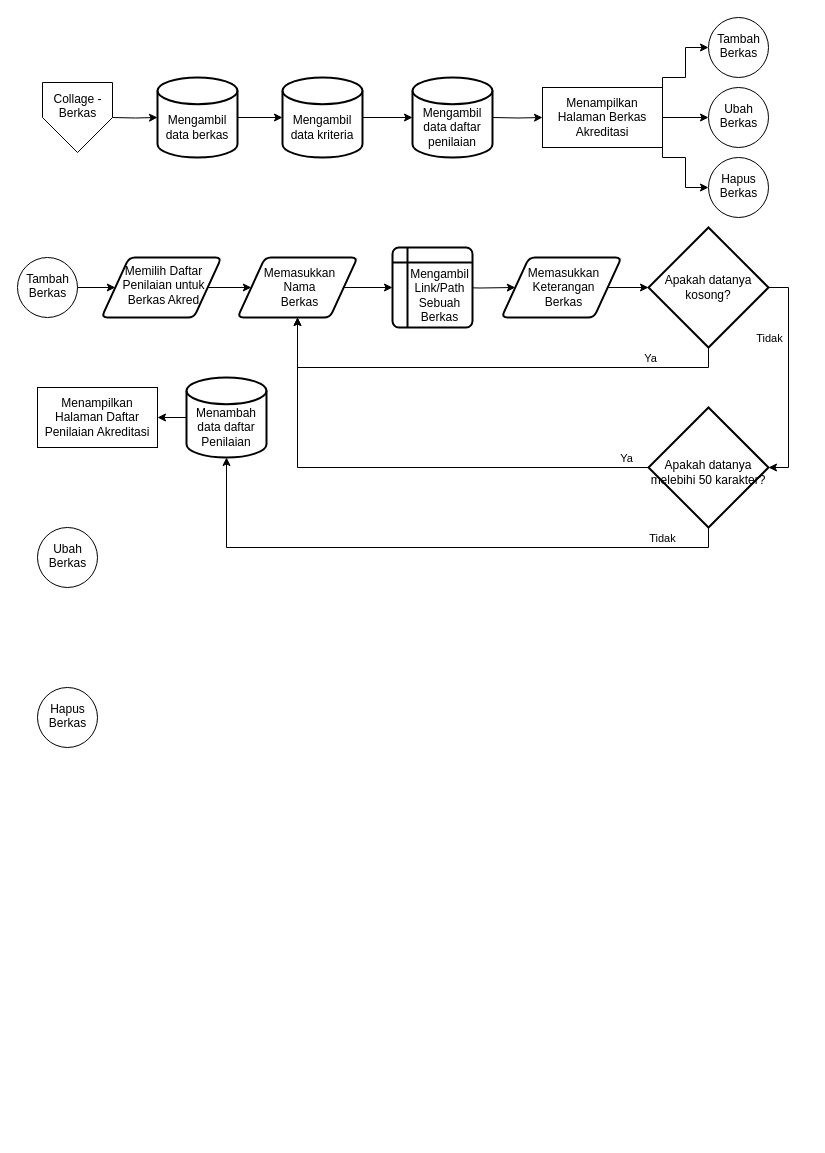
This is page "Collage - Akreditasi - Berkas" (7 of 7) of FilemanagerLPMI.drawio from muhfajarm/laravel-file-manager, a draw.io file, before an edit. Source tidied: cells renumbered, new cells numbered last; positions are measured from the earlier drawing's top-left corner, leaving out a move shared by most shapes. Both pictures are drawn from the tidied source at 100%, with x=0, y=0 at pixel (17, 17).
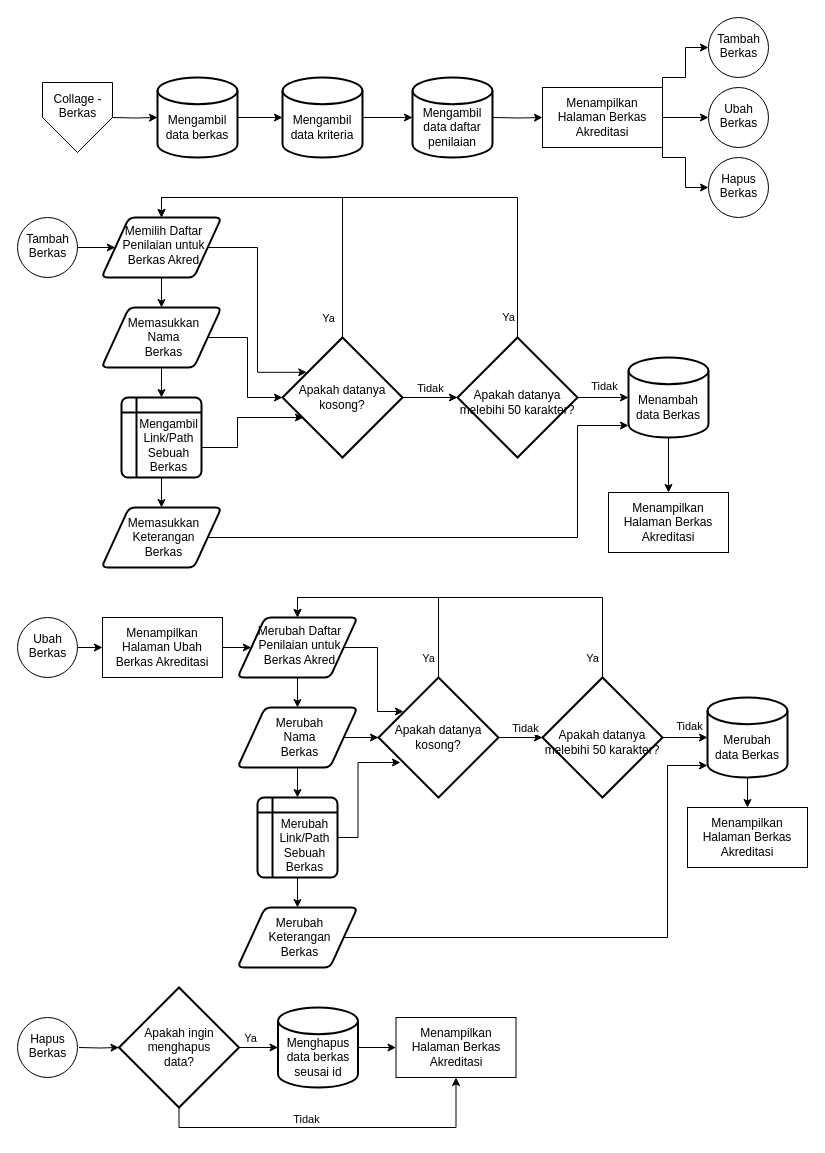
After the change.

Commit message (it also covers changes not shown here):
Menambahkan Ubah dan Hapus Berkas

What changed in the source:
```diff
@@
     <mxCell id="17" value="&lt;div&gt;Tambah&lt;/div&gt;&lt;div&gt;Berkas&lt;br&gt;&lt;/div&gt;" style="verticalLabelPosition=bottom;verticalAlign=top;html=1;shape=mxgraph.flowchart.on-page_reference;rounded=0;spacing=-50;" parent="1" vertex="1">
-      <mxGeometry y="240" width="60" height="60" as="geometry" />
+      <mxGeometry y="200" width="60" height="60" as="geometry" />
     </mxCell>
+    <mxCell id="42" style="edgeStyle=orthogonalEdgeStyle;rounded=0;jettySize=auto;html=1;" parent="1" edge="1" source="18">
+      <mxGeometry relative="1" as="geometry">
+        <mxPoint x="85" y="630" as="targetPoint" />
+      </mxGeometry>
+    </mxCell>
     <mxCell id="18" value="&lt;div&gt;Ubah&lt;/div&gt;&lt;div&gt;Berkas&lt;br&gt;&lt;/div&gt;" style="verticalLabelPosition=bottom;verticalAlign=top;html=1;shape=mxgraph.flowchart.on-page_reference;rounded=0;spacing=-50;" parent="1" vertex="1">
-      <mxGeometry x="20" y="510" width="60" height="60" as="geometry" />
+      <mxGeometry y="600" width="60" height="60" as="geometry" />
     </mxCell>
     <mxCell id="19" value="&lt;div&gt;Hapus&lt;/div&gt;&lt;div&gt;Berkas&lt;br&gt;&lt;/div&gt;" style="verticalLabelPosition=bottom;verticalAlign=top;html=1;shape=mxgraph.flowchart.on-page_reference;rounded=0;spacing=-50;" parent="1" vertex="1">
-      <mxGeometry x="20" y="670" width="60" height="60" as="geometry" />
+      <mxGeometry y="1000" width="60" height="60" as="geometry" />
     </mxCell>
@@
-    <mxCell id="21" style="edgeStyle=orthogonalEdgeStyle;rounded=0;jettySize=auto;html=1;exitX=1;exitY=0.5;exitDx=0;exitDy=0;" parent="1" edge="1" source="40" target="29">
-      <mxGeometry relative="1" as="geometry" />
-    </mxCell>
-    <mxCell id="22" style="edgeStyle=orthogonalEdgeStyle;rounded=0;jettySize=auto;html=1;" parent="1" edge="1" target="40">
-      <mxGeometry relative="1" as="geometry">
-        <mxPoint x="440" y="270" as="sourcePoint" />
-      </mxGeometry>
+    <mxCell id="22" style="edgeStyle=orthogonalEdgeStyle;rounded=0;jettySize=auto;html=1;exitX=0.5;exitY=1;exitDx=0;exitDy=0;" parent="1" edge="1" source="41" target="40">
+      <mxGeometry relative="1" as="geometry" />
     </mxCell>
@@
+    <mxCell id="43" style="edgeStyle=orthogonalEdgeStyle;rounded=0;jettySize=auto;html=1;exitX=1;exitY=0.5;exitDx=0;exitDy=0;" parent="1" edge="1" source="24" target="29">
+      <mxGeometry relative="1" as="geometry">
+        <Array as="points">
+          <mxPoint x="230" y="320" />
+          <mxPoint x="230" y="380" />
+        </Array>
+      </mxGeometry>
+    </mxCell>
     <mxCell id="24" value="&lt;div&gt;Memasukkan&lt;/div&gt;&lt;div&gt;Nama&lt;/div&gt;&lt;div&gt;Berkas&lt;/div&gt;" style="shape=parallelogram;html=1;strokeWidth=2;perimeter=parallelogramPerimeter;whiteSpace=wrap;rounded=1;arcSize=12;size=0.23;align=center;spacingLeft=5;" parent="1" vertex="1">
-      <mxGeometry x="220" y="240" width="120" height="60" as="geometry" />
+      <mxGeometry x="84" y="290" width="120" height="60" as="geometry" />
     </mxCell>
-    <mxCell id="25" style="edgeStyle=orthogonalEdgeStyle;rounded=0;jettySize=auto;html=1;entryX=1;entryY=0.5;entryDx=0;entryDy=0;entryPerimeter=0;exitX=1;exitY=0.5;exitDx=0;exitDy=0;exitPerimeter=0;" parent="1" edge="1" source="29" target="37">
+    <mxCell id="25" style="edgeStyle=orthogonalEdgeStyle;rounded=0;jettySize=auto;html=1;entryX=0;entryY=0.5;entryDx=0;entryDy=0;entryPerimeter=0;exitX=1;exitY=0.5;exitDx=0;exitDy=0;exitPerimeter=0;" parent="1" edge="1" source="29" target="37">
       <mxGeometry relative="1" as="geometry" />
     </mxCell>
     <mxCell id="26" value="Tidak" style="edgeLabel;html=1;align=center;verticalAlign=middle;" parent="25" vertex="1">
       <mxGeometry x="-0.82" relative="1" as="geometry">
-        <mxPoint x="-20" y="50" as="offset" />
+        <mxPoint x="22" y="-10" as="offset" />
       </mxGeometry>
     </mxCell>
-    <mxCell id="27" style="edgeStyle=orthogonalEdgeStyle;rounded=0;jettySize=auto;html=1;exitX=0.5;exitY=1;exitDx=0;exitDy=0;exitPerimeter=0;entryX=0.5;entryY=1;entryDx=0;entryDy=0;" parent="1" edge="1" source="29" target="24">
-      <mxGeometry relative="1" as="geometry" />
-    </mxCell>
-    <mxCell id="28" value="Ya" style="edgeLabel;html=1;align=center;verticalAlign=middle;" parent="27" vertex="1">
-      <mxGeometry x="-0.3" relative="1" as="geometry">
-        <mxPoint x="89" y="-10" as="offset" />
-      </mxGeometry>
-    </mxCell>
+    <mxCell id="44" style="edgeStyle=orthogonalEdgeStyle;rounded=0;jettySize=auto;html=1;exitX=0.5;exitY=0;exitDx=0;exitDy=0;exitPerimeter=0;entryX=0.5;entryY=0;entryDx=0;entryDy=0;" parent="1" edge="1" source="29" target="39">
+      <mxGeometry relative="1" as="geometry" />
+    </mxCell>
+    <mxCell id="45" value="Ya" style="edgeLabel;html=1;align=center;verticalAlign=middle;" parent="44" vertex="1">
+      <mxGeometry x="-0.76" y="4" relative="1" as="geometry">
+        <mxPoint x="-11" y="21" as="offset" />
+      </mxGeometry>
+    </mxCell>
     <mxCell id="29" value="&lt;div&gt;Apakah datanya&lt;/div&gt;&lt;div&gt;kosong?&lt;br&gt;&lt;/div&gt;" style="strokeWidth=2;html=1;shape=mxgraph.flowchart.decision;whiteSpace=wrap;" parent="1" vertex="1">
-      <mxGeometry x="631" y="210" width="120" height="120" as="geometry" />
+      <mxGeometry x="265" y="320" width="120" height="120" as="geometry" />
     </mxCell>
@@
-    <mxCell id="31" value="&lt;div&gt;Menambah&lt;/div&gt;&lt;div&gt;data daftar&lt;/div&gt;&lt;div&gt;Penilaian&lt;br&gt;&lt;/div&gt;" style="strokeWidth=2;html=1;shape=mxgraph.flowchart.database;whiteSpace=wrap;rounded=0;spacingTop=20;" parent="1" vertex="1">
-      <mxGeometry x="169" y="360" width="80" height="80" as="geometry" />
+    <mxCell id="31" value="&lt;div&gt;Menambah&lt;/div&gt;&lt;div&gt;data Berkas&lt;/div&gt;" style="strokeWidth=2;html=1;shape=mxgraph.flowchart.database;whiteSpace=wrap;rounded=0;spacingTop=20;" parent="1" vertex="1">
+      <mxGeometry x="611" y="340" width="80" height="80" as="geometry" />
     </mxCell>
-    <mxCell id="32" value="Menampilkan Halaman Daftar Penilaian Akreditasi" style="rounded=0;whiteSpace=wrap;html=1;" parent="1" vertex="1">
-      <mxGeometry x="20" y="370" width="120" height="60" as="geometry" />
+    <mxCell id="32" value="Menampilkan Halaman Berkas Akreditasi" style="rounded=0;whiteSpace=wrap;html=1;" parent="1" vertex="1">
+      <mxGeometry x="591" y="475" width="120" height="60" as="geometry" />
     </mxCell>
-    <mxCell id="33" style="edgeStyle=orthogonalEdgeStyle;rounded=0;jettySize=auto;html=1;exitX=0.5;exitY=1;exitDx=0;exitDy=0;exitPerimeter=0;entryX=0.5;entryY=1;entryDx=0;entryDy=0;entryPerimeter=0;" parent="1" edge="1" source="37" target="31">
+    <mxCell id="33" style="edgeStyle=orthogonalEdgeStyle;rounded=0;jettySize=auto;html=1;entryX=0;entryY=0.5;entryDx=0;entryDy=0;entryPerimeter=0;exitX=1;exitY=0.5;exitDx=0;exitDy=0;exitPerimeter=0;" parent="1" edge="1" source="37" target="31">
       <mxGeometry relative="1" as="geometry" />
     </mxCell>
@@
-    <mxCell id="35" style="edgeStyle=orthogonalEdgeStyle;rounded=0;jettySize=auto;html=1;exitX=0;exitY=0.5;exitDx=0;exitDy=0;exitPerimeter=0;entryX=0.5;entryY=1;entryDx=0;entryDy=0;" parent="1" edge="1" source="37" target="24">
-      <mxGeometry relative="1" as="geometry" />
-    </mxCell>
-    <mxCell id="36" value="Ya" style="edgeLabel;html=1;align=center;verticalAlign=middle;" parent="35" vertex="1">
-      <mxGeometry x="-0.63" y="-4" relative="1" as="geometry">
-        <mxPoint x="70" y="-6" as="offset" />
-      </mxGeometry>
-    </mxCell>
+    <mxCell id="46" style="edgeStyle=orthogonalEdgeStyle;rounded=0;jettySize=auto;html=1;exitX=0.5;exitY=0;exitDx=0;exitDy=0;exitPerimeter=0;entryX=0.5;entryY=0;entryDx=0;entryDy=0;" parent="1" edge="1" source="37" target="39">
+      <mxGeometry relative="1" as="geometry" />
+    </mxCell>
+    <mxCell id="47" value="Ya" style="edgeLabel;html=1;align=center;verticalAlign=middle;" parent="46" vertex="1">
+      <mxGeometry x="-0.89" y="2" relative="1" as="geometry">
+        <mxPoint x="-8" y="7" as="offset" />
+      </mxGeometry>
+    </mxCell>
     <mxCell id="37" value="&lt;div&gt;Apakah datanya&lt;/div&gt;&lt;div&gt;melebihi 50 karakter?&lt;br&gt;&lt;/div&gt;" style="strokeWidth=2;html=1;shape=mxgraph.flowchart.decision;whiteSpace=wrap;spacingTop=10;" parent="1" vertex="1">
-      <mxGeometry x="631" y="390" width="120" height="120" as="geometry" />
+      <mxGeometry x="440" y="320" width="120" height="120" as="geometry" />
     </mxCell>
@@
+    <mxCell id="48" style="edgeStyle=orthogonalEdgeStyle;rounded=0;jettySize=auto;html=1;exitX=1;exitY=0.5;exitDx=0;exitDy=0;entryX=0.202;entryY=0.29;entryDx=0;entryDy=0;entryPerimeter=0;" parent="1" edge="1" source="39" target="29">
+      <mxGeometry relative="1" as="geometry">
+        <Array as="points">
+          <mxPoint x="240" y="230" />
+          <mxPoint x="240" y="355" />
+        </Array>
+      </mxGeometry>
+    </mxCell>
     <mxCell id="39" value="&lt;div&gt;Memilih Daftar&lt;/div&gt;&lt;div&gt;Penilaian untuk&lt;br&gt;&lt;/div&gt;Berkas Akred" style="shape=parallelogram;html=1;strokeWidth=2;perimeter=parallelogramPerimeter;whiteSpace=wrap;rounded=1;arcSize=12;size=0.23;align=center;spacingLeft=5;verticalAlign=top;fontStyle=0;" parent="1" vertex="1">
-      <mxGeometry x="84" y="240" width="120" height="60" as="geometry" />
+      <mxGeometry x="84" y="200" width="120" height="60" as="geometry" />
     </mxCell>
+    <mxCell id="49" style="edgeStyle=orthogonalEdgeStyle;rounded=0;jettySize=auto;html=1;exitX=1;exitY=0.5;exitDx=0;exitDy=0;entryX=0;entryY=0.85;entryDx=0;entryDy=0;entryPerimeter=0;" parent="1" edge="1" source="40" target="31">
+      <mxGeometry relative="1" as="geometry">
+        <Array as="points">
+          <mxPoint x="560" y="520" />
+          <mxPoint x="560" y="408" />
+        </Array>
+      </mxGeometry>
+    </mxCell>
     <mxCell id="40" value="&lt;div&gt;Memasukkan&lt;/div&gt;&lt;div&gt;Keterangan&lt;/div&gt;&lt;div&gt;Berkas&lt;br&gt;&lt;/div&gt;" style="shape=parallelogram;html=1;strokeWidth=2;perimeter=parallelogramPerimeter;whiteSpace=wrap;rounded=1;arcSize=12;size=0.23;align=center;spacingLeft=5;" parent="1" vertex="1">
-      <mxGeometry x="484" y="240" width="120" height="60" as="geometry" />
+      <mxGeometry x="84" y="490" width="120" height="60" as="geometry" />
     </mxCell>
+    <mxCell id="50" style="edgeStyle=orthogonalEdgeStyle;rounded=0;jettySize=auto;html=1;exitX=1;exitY=0.5;exitDx=0;exitDy=0;" parent="1" edge="1" source="41">
+      <mxGeometry relative="1" as="geometry">
+        <mxPoint x="286" y="400" as="targetPoint" />
+        <Array as="points">
+          <mxPoint x="184" y="430" />
+          <mxPoint x="220" y="430" />
+          <mxPoint x="220" y="400" />
+        </Array>
+      </mxGeometry>
+    </mxCell>
     <mxCell id="41" value="&lt;div&gt;Mengambil&lt;/div&gt;&lt;div&gt;Link/Path&lt;/div&gt;&lt;div&gt;Sebuah&lt;/div&gt;&lt;div&gt;Berkas&lt;br&gt;&lt;/div&gt;" style="shape=internalStorage;whiteSpace=wrap;html=1;dx=15;dy=15;rounded=1;arcSize=8;strokeWidth=2;spacingLeft=15;spacingTop=15;" parent="1" vertex="1">
-      <mxGeometry x="375" y="230" width="80" height="80" as="geometry" />
+      <mxGeometry x="104" y="380" width="80" height="80" as="geometry" />
     </mxCell>
+    <mxCell id="51" style="edgeStyle=orthogonalEdgeStyle;rounded=0;jettySize=auto;html=1;exitX=0.5;exitY=1;exitDx=0;exitDy=0;" parent="1" edge="1" source="61" target="59">
+      <mxGeometry relative="1" as="geometry" />
+    </mxCell>
+    <mxCell id="52" style="edgeStyle=orthogonalEdgeStyle;rounded=0;jettySize=auto;html=1;" parent="1" edge="1" source="54" target="61">
+      <mxGeometry relative="1" as="geometry" />
+    </mxCell>
+    <mxCell id="53" style="edgeStyle=orthogonalEdgeStyle;rounded=0;jettySize=auto;html=1;exitX=1;exitY=0.5;exitDx=0;exitDy=0;" parent="1" edge="1" source="54" target="68">
+      <mxGeometry relative="1" as="geometry" />
+    </mxCell>
+    <mxCell id="54" value="&lt;div&gt;Merubah&lt;/div&gt;&lt;div&gt;Nama&lt;/div&gt;&lt;div&gt;Berkas&lt;/div&gt;" style="shape=parallelogram;html=1;strokeWidth=2;perimeter=parallelogramPerimeter;whiteSpace=wrap;rounded=1;arcSize=12;size=0.23;align=center;spacingLeft=5;" parent="1" vertex="1">
+      <mxGeometry x="220" y="690" width="120" height="60" as="geometry" />
+    </mxCell>
+    <mxCell id="55" style="edgeStyle=orthogonalEdgeStyle;rounded=0;jettySize=auto;html=1;" parent="1" edge="1" source="57" target="54">
+      <mxGeometry relative="1" as="geometry" />
+    </mxCell>
+    <mxCell id="56" style="edgeStyle=orthogonalEdgeStyle;rounded=0;jettySize=auto;html=1;exitX=1;exitY=0.5;exitDx=0;exitDy=0;entryX=0.208;entryY=0.283;entryDx=0;entryDy=0;entryPerimeter=0;" parent="1" edge="1" source="57" target="68">
+      <mxGeometry relative="1" as="geometry">
+        <Array as="points">
+          <mxPoint x="360" y="630" />
+          <mxPoint x="360" y="694" />
+        </Array>
+      </mxGeometry>
+    </mxCell>
+    <mxCell id="57" value="&lt;div&gt;Merubah Daftar&lt;/div&gt;&lt;div&gt;Penilaian untuk&lt;br&gt;&lt;/div&gt;Berkas Akred" style="shape=parallelogram;html=1;strokeWidth=2;perimeter=parallelogramPerimeter;whiteSpace=wrap;rounded=1;arcSize=12;size=0.23;align=center;spacingLeft=5;verticalAlign=top;fontStyle=0;" parent="1" vertex="1">
+      <mxGeometry x="220" y="600" width="120" height="60" as="geometry" />
+    </mxCell>
+    <mxCell id="58" style="edgeStyle=orthogonalEdgeStyle;rounded=0;jettySize=auto;html=1;exitX=1;exitY=0.5;exitDx=0;exitDy=0;entryX=0;entryY=0.85;entryDx=0;entryDy=0;entryPerimeter=0;" parent="1" edge="1" source="59" target="70">
+      <mxGeometry relative="1" as="geometry">
+        <Array as="points">
+          <mxPoint x="650" y="920" />
+          <mxPoint x="650" y="748" />
+        </Array>
+      </mxGeometry>
+    </mxCell>
+    <mxCell id="59" value="&lt;div&gt;Merubah&lt;/div&gt;&lt;div&gt;Keterangan&lt;/div&gt;&lt;div&gt;Berkas&lt;br&gt;&lt;/div&gt;" style="shape=parallelogram;html=1;strokeWidth=2;perimeter=parallelogramPerimeter;whiteSpace=wrap;rounded=1;arcSize=12;size=0.23;align=center;spacingLeft=5;" parent="1" vertex="1">
+      <mxGeometry x="220" y="890" width="120" height="60" as="geometry" />
+    </mxCell>
+    <mxCell id="60" style="edgeStyle=orthogonalEdgeStyle;rounded=0;jettySize=auto;html=1;exitX=1;exitY=0.5;exitDx=0;exitDy=0;entryX=0.183;entryY=0.708;entryDx=0;entryDy=0;entryPerimeter=0;" parent="1" edge="1" source="61" target="68">
+      <mxGeometry relative="1" as="geometry" />
+    </mxCell>
+    <mxCell id="61" value="&lt;div&gt;Merubah&lt;/div&gt;&lt;div&gt;Link/Path&lt;/div&gt;&lt;div&gt;Sebuah&lt;/div&gt;&lt;div&gt;Berkas&lt;br&gt;&lt;/div&gt;" style="shape=internalStorage;whiteSpace=wrap;html=1;dx=15;dy=15;rounded=1;arcSize=8;strokeWidth=2;spacingLeft=15;spacingTop=15;" parent="1" vertex="1">
+      <mxGeometry x="240" y="780" width="80" height="80" as="geometry" />
+    </mxCell>
+    <mxCell id="62" style="edgeStyle=orthogonalEdgeStyle;rounded=0;jettySize=auto;html=1;" parent="1" edge="1" source="63" target="57">
+      <mxGeometry relative="1" as="geometry" />
+    </mxCell>
+    <mxCell id="63" value="Menampilkan Halaman Ubah Berkas Akreditasi" style="rounded=0;whiteSpace=wrap;html=1;" parent="1" vertex="1">
+      <mxGeometry x="85" y="600" width="120" height="60" as="geometry" />
+    </mxCell>
+    <mxCell id="64" style="edgeStyle=orthogonalEdgeStyle;rounded=0;jettySize=auto;html=1;entryX=0;entryY=0.5;entryDx=0;entryDy=0;entryPerimeter=0;exitX=1;exitY=0.5;exitDx=0;exitDy=0;exitPerimeter=0;" parent="1" edge="1" source="68" target="76">
+      <mxGeometry relative="1" as="geometry" />
+    </mxCell>
+    <mxCell id="65" value="Tidak" style="edgeLabel;html=1;align=center;verticalAlign=middle;" parent="64" vertex="1">
+      <mxGeometry x="-0.82" relative="1" as="geometry">
+        <mxPoint x="22" y="-10" as="offset" />
+      </mxGeometry>
+    </mxCell>
+    <mxCell id="66" style="edgeStyle=orthogonalEdgeStyle;rounded=0;jettySize=auto;html=1;exitX=0.5;exitY=0;exitDx=0;exitDy=0;exitPerimeter=0;entryX=0.5;entryY=0;entryDx=0;entryDy=0;" parent="1" edge="1" source="68" target="57">
+      <mxGeometry relative="1" as="geometry" />
+    </mxCell>
+    <mxCell id="67" value="Ya" style="edgeLabel;html=1;align=center;verticalAlign=middle;" parent="66" vertex="1">
+      <mxGeometry x="-0.78" y="-1" relative="1" as="geometry">
+        <mxPoint x="-12" y="7" as="offset" />
+      </mxGeometry>
+    </mxCell>
+    <mxCell id="68" value="&lt;div&gt;Apakah datanya&lt;/div&gt;&lt;div&gt;kosong?&lt;br&gt;&lt;/div&gt;" style="strokeWidth=2;html=1;shape=mxgraph.flowchart.decision;whiteSpace=wrap;" parent="1" vertex="1">
+      <mxGeometry x="361" y="660" width="120" height="120" as="geometry" />
+    </mxCell>
+    <mxCell id="69" style="edgeStyle=orthogonalEdgeStyle;rounded=0;jettySize=auto;html=1;" parent="1" edge="1" source="70" target="71">
+      <mxGeometry relative="1" as="geometry" />
+    </mxCell>
+    <mxCell id="70" value="&lt;div&gt;Merubah&lt;/div&gt;&lt;div&gt;data Berkas&lt;/div&gt;" style="strokeWidth=2;html=1;shape=mxgraph.flowchart.database;whiteSpace=wrap;rounded=0;spacingTop=20;" parent="1" vertex="1">
+      <mxGeometry x="690" y="680" width="80" height="80" as="geometry" />
+    </mxCell>
+    <mxCell id="71" value="Menampilkan Halaman Berkas Akreditasi" style="rounded=0;whiteSpace=wrap;html=1;" parent="1" vertex="1">
+      <mxGeometry x="670" y="790" width="120" height="60" as="geometry" />
+    </mxCell>
+    <mxCell id="72" style="edgeStyle=orthogonalEdgeStyle;rounded=0;jettySize=auto;html=1;entryX=0;entryY=0.5;entryDx=0;entryDy=0;entryPerimeter=0;exitX=1;exitY=0.5;exitDx=0;exitDy=0;exitPerimeter=0;" parent="1" edge="1" source="76" target="70">
+      <mxGeometry relative="1" as="geometry" />
+    </mxCell>
+    <mxCell id="73" value="Tidak" style="edgeLabel;html=1;align=center;verticalAlign=middle;" parent="72" vertex="1">
+      <mxGeometry x="-0.71" y="1" relative="1" as="geometry">
+        <mxPoint x="19" y="-11" as="offset" />
+      </mxGeometry>
+    </mxCell>
+    <mxCell id="74" style="edgeStyle=orthogonalEdgeStyle;rounded=0;jettySize=auto;html=1;exitX=0.5;exitY=0;exitDx=0;exitDy=0;exitPerimeter=0;entryX=0.5;entryY=0;entryDx=0;entryDy=0;" parent="1" edge="1" source="76" target="57">
+      <mxGeometry relative="1" as="geometry" />
+    </mxCell>
+    <mxCell id="75" value="Ya" style="edgeLabel;html=1;align=center;verticalAlign=middle;" parent="74" vertex="1">
+      <mxGeometry x="-0.9" y="3" relative="1" as="geometry">
+        <mxPoint x="-8" as="offset" />
+      </mxGeometry>
+    </mxCell>
+    <mxCell id="76" value="&lt;div&gt;Apakah datanya&lt;/div&gt;&lt;div&gt;melebihi 50 karakter?&lt;br&gt;&lt;/div&gt;" style="strokeWidth=2;html=1;shape=mxgraph.flowchart.decision;whiteSpace=wrap;spacingTop=10;" parent="1" vertex="1">
+      <mxGeometry x="525" y="660" width="120" height="120" as="geometry" />
+    </mxCell>
+    <mxCell id="77" style="edgeStyle=orthogonalEdgeStyle;rounded=0;jettySize=auto;html=1;" parent="1" edge="1" target="82">
+      <mxGeometry relative="1" as="geometry">
+        <mxPoint x="61.5" y="1030" as="sourcePoint" />
+      </mxGeometry>
+    </mxCell>
+    <mxCell id="78" style="edgeStyle=orthogonalEdgeStyle;rounded=0;jettySize=auto;html=1;" parent="1" edge="1" source="82" target="84">
+      <mxGeometry relative="1" as="geometry" />
+    </mxCell>
+    <mxCell id="79" value="Ya" style="edgeLabel;html=1;align=center;verticalAlign=middle;" parent="78" vertex="1">
+      <mxGeometry x="0.28" y="-1" relative="1" as="geometry">
+        <mxPoint x="-13" y="-11" as="offset" />
+      </mxGeometry>
+    </mxCell>
+    <mxCell id="80" style="edgeStyle=orthogonalEdgeStyle;rounded=0;jettySize=auto;html=1;exitX=0.5;exitY=1;exitDx=0;exitDy=0;exitPerimeter=0;entryX=0.5;entryY=1;entryDx=0;entryDy=0;" parent="1" edge="1" source="82" target="85">
+      <mxGeometry relative="1" as="geometry" />
+    </mxCell>
+    <mxCell id="81" value="&lt;div&gt;Tidak&lt;/div&gt;" style="edgeLabel;html=1;align=center;verticalAlign=middle;" parent="80" vertex="1">
+      <mxGeometry x="-0.19" relative="1" as="geometry">
+        <mxPoint x="6" y="-9" as="offset" />
+      </mxGeometry>
+    </mxCell>
+    <mxCell id="82" value="&lt;div&gt;Apakah ingin&lt;/div&gt;&lt;div&gt;menghapus&lt;/div&gt;&lt;div&gt;data?&lt;br&gt;&lt;/div&gt;" style="strokeWidth=2;html=1;shape=mxgraph.flowchart.decision;whiteSpace=wrap;" parent="1" vertex="1">
+      <mxGeometry x="101.5" y="970" width="120" height="120" as="geometry" />
+    </mxCell>
+    <mxCell id="83" style="edgeStyle=orthogonalEdgeStyle;rounded=0;jettySize=auto;html=1;" parent="1" edge="1" source="84" target="85">
+      <mxGeometry relative="1" as="geometry" />
+    </mxCell>
+    <mxCell id="84" value="&lt;div&gt;Menghapus&lt;/div&gt;&lt;div&gt;data berkas&lt;/div&gt;&lt;div&gt;seusai id&lt;br&gt;&lt;/div&gt;" style="strokeWidth=2;html=1;shape=mxgraph.flowchart.database;whiteSpace=wrap;rounded=0;spacingTop=20;" parent="1" vertex="1">
+      <mxGeometry x="260.5" y="990" width="80" height="80" as="geometry" />
+    </mxCell>
+    <mxCell id="85" value="Menampilkan Halaman Berkas Akreditasi" style="rounded=0;whiteSpace=wrap;html=1;" parent="1" vertex="1">
+      <mxGeometry x="378.5" y="1000" width="120" height="60" as="geometry" />
+    </mxCell>
```
